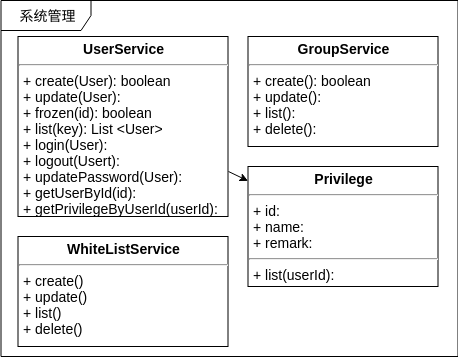
The draw.io diagram IOTManage/class-sys.png in waterwatermelon/graph, before a commit. Source tidied: cells renumbered, new cells last; positions are measured from the earlier drawing's top-left corner, leaving out a move shared by most shapes.
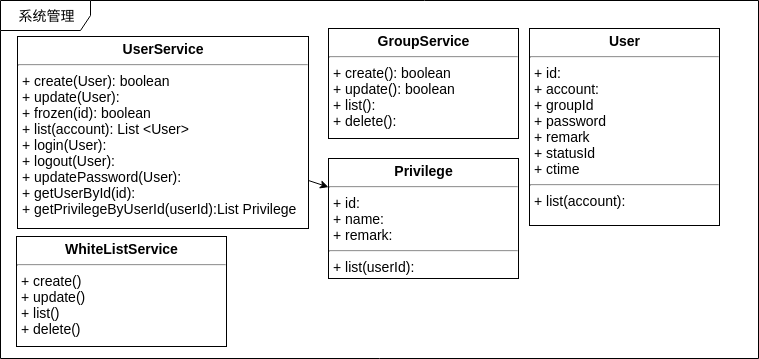
After the change.

What changed in the source:
```diff
@@ -3,22 +3,25 @@
     <mxCell id="0" />
     <mxCell id="1" parent="0" />
     <mxCell id="2" value="系统管理" style="shape=umlFrame;whiteSpace=wrap;html=1;rounded=0;shadow=0;comic=0;labelBackgroundColor=none;strokeColor=#000000;strokeWidth=1;fillColor=#ffffff;fontFamily=Verdana;fontSize=14;fontColor=#000000;align=center;width=90;height=30;" parent="1" vertex="1">
-      <mxGeometry x="-0.5" width="457" height="356" as="geometry" />
+      <mxGeometry width="758" height="358" as="geometry" />
     </mxCell>
     <mxCell id="3" style="rounded=0;jettySize=auto;html=1;exitX=1;exitY=0.75;exitDx=0;exitDy=0;fontSize=14;" parent="1" edge="1" source="4" target="7">
       <mxGeometry relative="1" as="geometry" />
     </mxCell>
-    <mxCell id="4" value="&lt;p style=&quot;margin: 4px 0px 0px ; text-align: center ; font-size: 14px&quot;&gt;&lt;b style=&quot;font-size: 14px;&quot;&gt;UserService&lt;/b&gt;&lt;/p&gt;&lt;hr style=&quot;font-size: 14px&quot;&gt;&lt;p style=&quot;margin: 0px 0px 0px 4px ; font-size: 14px&quot;&gt;+ create(User): boolean&lt;br style=&quot;font-size: 14px;&quot;&gt;&lt;/p&gt;&lt;p style=&quot;margin: 0px 0px 0px 4px ; font-size: 14px&quot;&gt;&lt;span style=&quot;font-size: 14px;&quot;&gt;+ update(User):&lt;/span&gt;&lt;br style=&quot;font-size: 14px;&quot;&gt;&lt;/p&gt;&lt;p style=&quot;margin: 0px 0px 0px 4px ; font-size: 14px&quot;&gt;+ frozen(id): boolean&lt;/p&gt;&lt;p style=&quot;margin: 0px 0px 0px 4px ; font-size: 14px&quot;&gt;+ list(key): List &amp;lt;User&amp;gt;&lt;/p&gt;&lt;p style=&quot;margin: 0px 0px 0px 4px ; font-size: 14px&quot;&gt;+ login(User):&lt;/p&gt;&lt;p style=&quot;margin: 0px 0px 0px 4px ; font-size: 14px&quot;&gt;+ logout(Usert):&lt;/p&gt;&lt;p style=&quot;margin: 0px 0px 0px 4px ; font-size: 14px&quot;&gt;+ updatePassword(User):&lt;/p&gt;&lt;p style=&quot;margin: 0px 0px 0px 4px ; font-size: 14px&quot;&gt;+ getUserById(id):&lt;/p&gt;&lt;p style=&quot;margin: 0px 0px 0px 4px ; font-size: 14px&quot;&gt;&lt;span style=&quot;font-size: 14px;&quot;&gt;+ getPrivilegeByUserId(userId):&lt;/span&gt;&lt;/p&gt;&lt;div style=&quot;font-size: 14px;&quot;&gt;&lt;br style=&quot;font-size: 14px;&quot;&gt;&lt;/div&gt;" style="verticalAlign=top;align=left;overflow=fill;fontSize=14;fontFamily=Helvetica;html=1;" parent="1" vertex="1">
-      <mxGeometry x="16.5" y="36" width="210" height="180" as="geometry" />
+    <mxCell id="4" value="&lt;p style=&quot;margin: 4px 0px 0px ; text-align: center ; font-size: 14px&quot;&gt;&lt;b style=&quot;font-size: 14px&quot;&gt;UserService&lt;/b&gt;&lt;/p&gt;&lt;hr style=&quot;font-size: 14px&quot;&gt;&lt;p style=&quot;margin: 0px 0px 0px 4px ; font-size: 14px&quot;&gt;+ create(User): boolean&lt;br style=&quot;font-size: 14px&quot;&gt;&lt;/p&gt;&lt;p style=&quot;margin: 0px 0px 0px 4px ; font-size: 14px&quot;&gt;&lt;span style=&quot;font-size: 14px&quot;&gt;+ update(User):&lt;/span&gt;&lt;br style=&quot;font-size: 14px&quot;&gt;&lt;/p&gt;&lt;p style=&quot;margin: 0px 0px 0px 4px ; font-size: 14px&quot;&gt;+ frozen(id): boolean&lt;/p&gt;&lt;p style=&quot;margin: 0px 0px 0px 4px ; font-size: 14px&quot;&gt;+ list(account): List &amp;lt;User&amp;gt;&lt;/p&gt;&lt;p style=&quot;margin: 0px 0px 0px 4px ; font-size: 14px&quot;&gt;+ login(User):&lt;/p&gt;&lt;p style=&quot;margin: 0px 0px 0px 4px ; font-size: 14px&quot;&gt;+ logout(User):&lt;/p&gt;&lt;p style=&quot;margin: 0px 0px 0px 4px ; font-size: 14px&quot;&gt;+ updatePassword(User):&lt;/p&gt;&lt;p style=&quot;margin: 0px 0px 0px 4px ; font-size: 14px&quot;&gt;+ getUserById(id):&lt;/p&gt;&lt;p style=&quot;margin: 0px 0px 0px 4px ; font-size: 14px&quot;&gt;&lt;span style=&quot;font-size: 14px&quot;&gt;+ getPrivilegeByUserId(userId):&lt;/span&gt;&lt;span&gt;List Privilege&lt;/span&gt;&lt;/p&gt;&lt;div style=&quot;font-size: 14px&quot;&gt;&lt;br style=&quot;font-size: 14px&quot;&gt;&lt;/div&gt;" style="verticalAlign=top;align=left;overflow=fill;fontSize=14;fontFamily=Helvetica;html=1;" parent="1" vertex="1">
+      <mxGeometry x="17" y="36" width="291" height="192" as="geometry" />
     </mxCell>
-    <mxCell id="5" value="&lt;p style=&quot;margin: 4px 0px 0px ; text-align: center ; font-size: 14px&quot;&gt;&lt;b style=&quot;font-size: 14px;&quot;&gt;GroupService&lt;/b&gt;&lt;/p&gt;&lt;hr style=&quot;font-size: 14px&quot;&gt;&lt;p style=&quot;margin: 0px 0px 0px 4px ; font-size: 14px&quot;&gt;+ create(): boolean&lt;br style=&quot;font-size: 14px;&quot;&gt;&lt;/p&gt;&lt;p style=&quot;margin: 0px 0px 0px 4px ; font-size: 14px&quot;&gt;&lt;span style=&quot;font-size: 14px;&quot;&gt;+ update():&lt;/span&gt;&lt;br style=&quot;font-size: 14px;&quot;&gt;&lt;/p&gt;&lt;p style=&quot;margin: 0px 0px 0px 4px ; font-size: 14px&quot;&gt;&lt;span style=&quot;font-size: 14px;&quot;&gt;+ list():&lt;/span&gt;&lt;br style=&quot;font-size: 14px;&quot;&gt;&lt;/p&gt;&lt;p style=&quot;margin: 0px 0px 0px 4px ; font-size: 14px&quot;&gt;+ delete():&lt;/p&gt;" style="verticalAlign=top;align=left;overflow=fill;fontSize=14;fontFamily=Helvetica;html=1;" parent="1" vertex="1">
-      <mxGeometry x="246.5" y="36" width="190" height="110" as="geometry" />
+    <mxCell id="5" value="&lt;p style=&quot;margin: 4px 0px 0px ; text-align: center ; font-size: 14px&quot;&gt;&lt;b style=&quot;font-size: 14px&quot;&gt;GroupService&lt;/b&gt;&lt;/p&gt;&lt;hr style=&quot;font-size: 14px&quot;&gt;&lt;p style=&quot;margin: 0px 0px 0px 4px ; font-size: 14px&quot;&gt;+ create(): boolean&lt;br style=&quot;font-size: 14px&quot;&gt;&lt;/p&gt;&lt;p style=&quot;margin: 0px 0px 0px 4px ; font-size: 14px&quot;&gt;&lt;span style=&quot;font-size: 14px&quot;&gt;+ update(): boolean&lt;/span&gt;&lt;br style=&quot;font-size: 14px&quot;&gt;&lt;/p&gt;&lt;p style=&quot;margin: 0px 0px 0px 4px ; font-size: 14px&quot;&gt;&lt;span style=&quot;font-size: 14px&quot;&gt;+ list():&lt;/span&gt;&lt;br style=&quot;font-size: 14px&quot;&gt;&lt;/p&gt;&lt;p style=&quot;margin: 0px 0px 0px 4px ; font-size: 14px&quot;&gt;+ delete():&lt;/p&gt;" style="verticalAlign=top;align=left;overflow=fill;fontSize=14;fontFamily=Helvetica;html=1;" parent="1" vertex="1">
+      <mxGeometry x="328" y="28" width="190" height="110" as="geometry" />
     </mxCell>
     <mxCell id="6" value="&lt;p style=&quot;margin: 4px 0px 0px ; text-align: center ; font-size: 14px&quot;&gt;&lt;b style=&quot;font-size: 14px;&quot;&gt;WhiteListService&lt;/b&gt;&lt;/p&gt;&lt;hr style=&quot;font-size: 14px&quot;&gt;&lt;p style=&quot;margin: 0px 0px 0px 4px ; font-size: 14px&quot;&gt;+ create()&lt;br style=&quot;font-size: 14px;&quot;&gt;&lt;/p&gt;&lt;p style=&quot;margin: 0px 0px 0px 4px ; font-size: 14px&quot;&gt;&lt;span style=&quot;font-size: 14px;&quot;&gt;+ update()&lt;/span&gt;&lt;br style=&quot;font-size: 14px;&quot;&gt;&lt;/p&gt;&lt;p style=&quot;margin: 0px 0px 0px 4px ; font-size: 14px&quot;&gt;&lt;span style=&quot;font-size: 14px;&quot;&gt;+ list()&lt;/span&gt;&lt;br style=&quot;font-size: 14px;&quot;&gt;&lt;/p&gt;&lt;p style=&quot;margin: 0px 0px 0px 4px ; font-size: 14px&quot;&gt;+ delete()&lt;/p&gt;" style="verticalAlign=top;align=left;overflow=fill;fontSize=14;fontFamily=Helvetica;html=1;" parent="1" vertex="1">
-      <mxGeometry x="16.5" y="236" width="210" height="110" as="geometry" />
+      <mxGeometry x="16" y="236" width="210" height="110" as="geometry" />
     </mxCell>
     <mxCell id="7" value="&lt;p style=&quot;margin: 4px 0px 0px ; text-align: center ; font-size: 14px&quot;&gt;&lt;b style=&quot;font-size: 14px;&quot;&gt;Privilege&lt;/b&gt;&lt;br style=&quot;font-size: 14px;&quot;&gt;&lt;/p&gt;&lt;hr style=&quot;font-size: 14px&quot;&gt;&lt;p style=&quot;margin: 0px 0px 0px 4px ; font-size: 14px&quot;&gt;+ id:&amp;nbsp;&lt;/p&gt;&lt;p style=&quot;margin: 0px 0px 0px 4px ; font-size: 14px&quot;&gt;+ name:&amp;nbsp;&lt;/p&gt;&lt;p style=&quot;margin: 0px 0px 0px 4px ; font-size: 14px&quot;&gt;+ remark:&amp;nbsp;&lt;/p&gt;&lt;hr style=&quot;font-size: 14px&quot;&gt;&lt;p style=&quot;margin: 0px 0px 0px 4px ; font-size: 14px&quot;&gt;+ list(userId):&lt;br style=&quot;font-size: 14px;&quot;&gt;&lt;/p&gt;" style="verticalAlign=top;align=left;overflow=fill;fontSize=14;fontFamily=Helvetica;html=1;" parent="1" vertex="1">
-      <mxGeometry x="246.5" y="166" width="190" height="120" as="geometry" />
+      <mxGeometry x="328" y="158" width="190" height="120" as="geometry" />
     </mxCell>
+    <mxCell id="8" value="&lt;p style=&quot;margin: 4px 0px 0px ; text-align: center ; font-size: 14px&quot;&gt;&lt;b&gt;User&lt;/b&gt;&lt;/p&gt;&lt;hr style=&quot;font-size: 14px&quot;&gt;&lt;p style=&quot;margin: 0px 0px 0px 4px ; font-size: 14px&quot;&gt;+ id:&amp;nbsp;&lt;/p&gt;&lt;p style=&quot;margin: 0px 0px 0px 4px ; font-size: 14px&quot;&gt;+ account:&amp;nbsp;&lt;/p&gt;&lt;p style=&quot;margin: 0px 0px 0px 4px ; font-size: 14px&quot;&gt;+ groupId&lt;/p&gt;&lt;p style=&quot;margin: 0px 0px 0px 4px ; font-size: 14px&quot;&gt;&lt;span&gt;+ password&amp;nbsp;&lt;/span&gt;&lt;br&gt;&lt;/p&gt;&lt;p style=&quot;margin: 0px 0px 0px 4px ; font-size: 14px&quot;&gt;&lt;span&gt;+ remark&lt;/span&gt;&lt;/p&gt;&lt;p style=&quot;margin: 0px 0px 0px 4px ; font-size: 14px&quot;&gt;&lt;span&gt;+ statusId&lt;/span&gt;&lt;/p&gt;&lt;p style=&quot;margin: 0px 0px 0px 4px ; font-size: 14px&quot;&gt;&lt;span&gt;+ ctime&lt;/span&gt;&lt;/p&gt;&lt;hr style=&quot;font-size: 14px&quot;&gt;&lt;p style=&quot;margin: 0px 0px 0px 4px ; font-size: 14px&quot;&gt;+ list(account):&lt;br style=&quot;font-size: 14px&quot;&gt;&lt;/p&gt;" style="verticalAlign=top;align=left;overflow=fill;fontSize=14;fontFamily=Helvetica;html=1;" parent="1" vertex="1">
+      <mxGeometry x="529" y="28" width="190" height="197" as="geometry" />
+    </mxCell>
   </root>
 </mxGraphModel>
```
